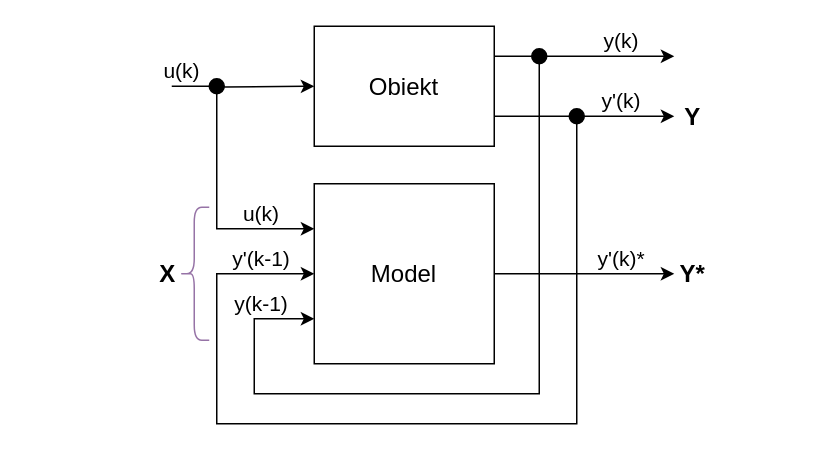
Before: page "Strona-2" (2 of 3) of Obrazki/Schemat_projektu_ML.drawio in grzesiex22/Dynamic-System-Identification-and-Regulation-, a draw.io diagram. Source tidied: cells renumbered, new cells numbered last; positions are measured from the earlier drawing's top-left corner, leaving out a move shared by most shapes. Both pictures are drawn from the tidied source at 150%, with x=0, y=0 at pixel (136, 26).
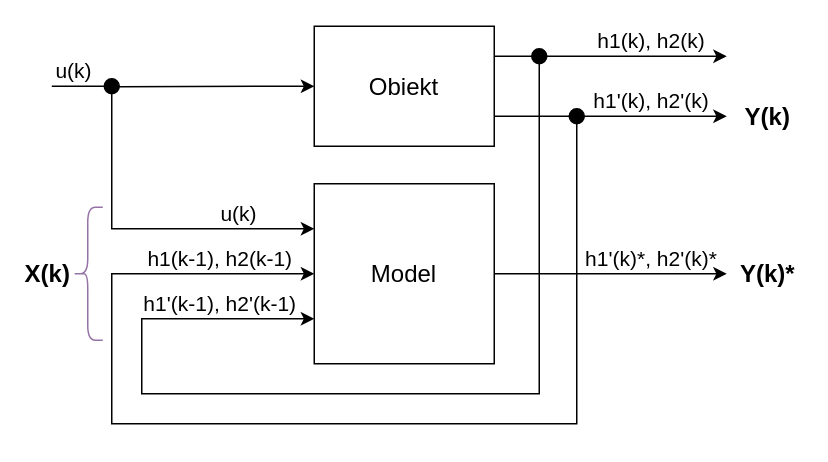
The same page after the edit.

Unchanged cells that the change refers to:
```xml
<mxCell id="4" value="Model" style="rounded=0;whiteSpace=wrap;html=1;fontSize=16;" parent="1" vertex="1">
  <mxGeometry x="118" y="105" width="120" height="120" as="geometry" />
</mxCell>
<mxCell id="13" style="ellipse;whiteSpace=wrap;html=1;fillStyle=solid;fillColor=#000000;" parent="1" vertex="1">
  <mxGeometry x="263" y="15" width="10" height="10" as="geometry" />
</mxCell>
<mxCell id="17" style="ellipse;whiteSpace=wrap;html=1;fillStyle=solid;fillColor=#000000;" parent="1" vertex="1">
  <mxGeometry x="288" y="55" width="10" height="10" as="geometry" />
</mxCell>
```

The edit, as a diff of the source:
```diff
@@
     <mxCell id="3" style="edgeStyle=orthogonalEdgeStyle;rounded=0;jettySize=auto;html=1;" parent="1" edge="1" source="4">
       <mxGeometry relative="1" as="geometry">
-        <mxPoint x="358" y="165" as="targetPoint" />
+        <mxPoint x="393" y="165" as="targetPoint" />
       </mxGeometry>
     </mxCell>
@@
     <mxCell id="6" style="endArrow=classic;html=1;rounded=0;exitX=1;exitY=0.5;exitDx=0;exitDy=0;startArrow=none;" parent="1" edge="1" source="13">
       <mxGeometry relative="1" as="geometry">
-        <mxPoint x="358" y="20" as="targetPoint" />
+        <mxPoint x="393" y="20" as="targetPoint" />
       </mxGeometry>
     </mxCell>
     <mxCell id="7" value="u(k)" style="text;html=1;strokeColor=none;fillColor=none;align=center;verticalAlign=middle;whiteSpace=wrap;rounded=0;fillStyle=solid;fontSize=14;" parent="1" vertex="1">
-      <mxGeometry y="20" width="60" height="20" as="geometry" />
+      <mxGeometry x="-72" y="20" width="60" height="20" as="geometry" />
     </mxCell>
-    <mxCell id="8" value="y(k)" style="text;html=1;strokeColor=none;fillColor=none;align=center;verticalAlign=middle;whiteSpace=wrap;rounded=0;fillStyle=solid;fontSize=14;" parent="1" vertex="1">
-      <mxGeometry x="293" width="60" height="20" as="geometry" />
+    <mxCell id="8" value="h1(k), h2(k)" style="text;html=1;strokeColor=none;fillColor=none;align=center;verticalAlign=middle;whiteSpace=wrap;rounded=0;fillStyle=solid;fontSize=14;" parent="1" vertex="1">
+      <mxGeometry x="293" width="100" height="20" as="geometry" />
     </mxCell>
-    <mxCell id="9" style="edgeStyle=orthogonalEdgeStyle;rounded=0;jettySize=auto;html=1;entryX=0;entryY=0.25;entryDx=0;entryDy=0;" parent="1" edge="1" source="10" target="4">
+    <mxCell id="9" style="edgeStyle=orthogonalEdgeStyle;rounded=0;jettySize=auto;html=1;entryX=0;entryY=0.25;entryDx=0;entryDy=0;exitX=0.5;exitY=1;exitDx=0;exitDy=0;" parent="1" edge="1" source="10" target="4">
       <mxGeometry relative="1" as="geometry">
         <Array as="points">
-          <mxPoint x="53" y="40" />
-          <mxPoint x="53" y="135" />
+          <mxPoint x="-17" y="45" />
+          <mxPoint x="-17" y="135" />
         </Array>
       </mxGeometry>
     </mxCell>
     <mxCell id="10" style="ellipse;whiteSpace=wrap;html=1;fillStyle=solid;fillColor=#000000;" parent="1" vertex="1">
-      <mxGeometry x="48" y="35" width="10" height="10" as="geometry" />
+      <mxGeometry x="-22" y="35" width="10" height="10" as="geometry" />
     </mxCell>
     <mxCell id="11" style="endArrow=none;html=1;rounded=0;entryX=0;entryY=0.5;entryDx=0;entryDy=0;" parent="1" edge="1" target="10">
       <mxGeometry relative="1" as="geometry">
-        <mxPoint x="23" y="40" as="sourcePoint" />
+        <mxPoint x="-57" y="40" as="sourcePoint" />
       </mxGeometry>
     </mxCell>
     <mxCell id="12" style="edgeStyle=orthogonalEdgeStyle;rounded=0;jettySize=auto;html=1;entryX=0;entryY=0.75;entryDx=0;entryDy=0;" parent="1" edge="1" source="13" target="4">
       <mxGeometry relative="1" as="geometry">
         <Array as="points">
           <mxPoint x="268" y="245" />
-          <mxPoint x="78" y="245" />
-          <mxPoint x="78" y="195" />
+          <mxPoint x="3" y="245" />
+          <mxPoint x="3" y="195" />
         </Array>
       </mxGeometry>
     </mxCell>
@@
     <mxCell id="15" style="endArrow=classic;html=1;rounded=0;startArrow=none;exitX=1;exitY=0.5;exitDx=0;exitDy=0;" parent="1" edge="1" source="17">
       <mxGeometry relative="1" as="geometry">
-        <mxPoint x="358" y="60" as="targetPoint" />
+        <mxPoint x="393" y="60" as="targetPoint" />
       </mxGeometry>
     </mxCell>
     <mxCell id="16" style="edgeStyle=orthogonalEdgeStyle;rounded=0;jettySize=auto;html=1;entryX=0;entryY=0.5;entryDx=0;entryDy=0;" parent="1" edge="1" source="17" target="4">
       <mxGeometry relative="1" as="geometry">
         <Array as="points">
           <mxPoint x="293" y="265" />
-          <mxPoint x="53" y="265" />
-          <mxPoint x="53" y="165" />
+          <mxPoint x="-17" y="265" />
+          <mxPoint x="-17" y="165" />
         </Array>
       </mxGeometry>
     </mxCell>
@@
-    <mxCell id="19" value="y(k-1)" style="text;html=1;strokeColor=none;fillColor=none;align=center;verticalAlign=middle;whiteSpace=wrap;rounded=0;fillStyle=solid;fontSize=14;" parent="1" vertex="1">
-      <mxGeometry x="53" y="175" width="60" height="20" as="geometry" />
-    </mxCell>
-    <mxCell id="20" value="y'(k-1)" style="text;html=1;strokeColor=none;fillColor=none;align=center;verticalAlign=middle;whiteSpace=wrap;rounded=0;fillStyle=solid;fontSize=14;" parent="1" vertex="1">
-      <mxGeometry x="53" y="145" width="60" height="20" as="geometry" />
-    </mxCell>
-    <mxCell id="21" value="y'(k)*" style="text;html=1;strokeColor=none;fillColor=none;align=center;verticalAlign=middle;whiteSpace=wrap;rounded=0;fillStyle=solid;fontSize=14;" parent="1" vertex="1">
-      <mxGeometry x="293" y="145" width="60" height="20" as="geometry" />
-    </mxCell>
     <mxCell id="22" value="u(k)" style="text;html=1;strokeColor=none;fillColor=none;align=center;verticalAlign=middle;whiteSpace=wrap;rounded=0;fillStyle=solid;fontSize=14;" parent="1" vertex="1">
-      <mxGeometry x="53" y="115" width="60" height="20" as="geometry" />
+      <mxGeometry x="38" y="115" width="60" height="20" as="geometry" />
     </mxCell>
-    <mxCell id="23" value="&lt;b style=&quot;font-size: 16px;&quot;&gt;&lt;font style=&quot;font-size: 16px;&quot;&gt;Y&lt;/font&gt;&lt;/b&gt;" style="text;html=1;strokeColor=none;fillColor=none;align=center;verticalAlign=middle;whiteSpace=wrap;rounded=0;fillStyle=solid;fontSize=16;" parent="1" vertex="1">
-      <mxGeometry x="358" y="50" width="25" height="20" as="geometry" />
+    <mxCell id="23" value="&lt;b style=&quot;font-size: 16px;&quot;&gt;&lt;font style=&quot;font-size: 16px;&quot;&gt;Y(k)&lt;/font&gt;&lt;/b&gt;" style="text;html=1;strokeColor=none;fillColor=none;align=center;verticalAlign=middle;whiteSpace=wrap;rounded=0;fillStyle=solid;fontSize=16;" parent="1" vertex="1">
+      <mxGeometry x="408" y="50" width="25" height="20" as="geometry" />
     </mxCell>
-    <mxCell id="24" value="&lt;b style=&quot;font-size: 16px;&quot;&gt;&lt;font style=&quot;font-size: 16px;&quot;&gt;Y*&lt;/font&gt;&lt;/b&gt;" style="text;html=1;strokeColor=none;fillColor=none;align=center;verticalAlign=middle;whiteSpace=wrap;rounded=0;fillStyle=solid;fontSize=16;" parent="1" vertex="1">
-      <mxGeometry x="358" y="155" width="25" height="20" as="geometry" />
+    <mxCell id="24" value="&lt;b style=&quot;font-size: 16px;&quot;&gt;&lt;font style=&quot;font-size: 16px;&quot;&gt;Y(k)*&lt;/font&gt;&lt;/b&gt;" style="text;html=1;strokeColor=none;fillColor=none;align=center;verticalAlign=middle;whiteSpace=wrap;rounded=0;fillStyle=solid;fontSize=16;" parent="1" vertex="1">
+      <mxGeometry x="398" y="155" width="45" height="20" as="geometry" />
     </mxCell>
-    <mxCell id="25" value="y'(k)" style="text;html=1;strokeColor=none;fillColor=none;align=center;verticalAlign=middle;whiteSpace=wrap;rounded=0;fillStyle=solid;fontSize=14;" parent="1" vertex="1">
-      <mxGeometry x="293" y="40" width="60" height="20" as="geometry" />
-    </mxCell>
-    <mxCell id="26" value="&lt;b style=&quot;font-size: 16px;&quot;&gt;&lt;font style=&quot;font-size: 16px;&quot;&gt;X&lt;/font&gt;&lt;/b&gt;" style="text;html=1;strokeColor=none;fillColor=none;align=center;verticalAlign=middle;whiteSpace=wrap;rounded=0;fillStyle=solid;fontSize=16;" parent="1" vertex="1">
-      <mxGeometry x="8" y="155" width="25" height="20" as="geometry" />
+    <mxCell id="26" value="&lt;b style=&quot;font-size: 16px;&quot;&gt;&lt;font style=&quot;font-size: 16px;&quot;&gt;X(k)&lt;/font&gt;&lt;/b&gt;" style="text;html=1;strokeColor=none;fillColor=none;align=center;verticalAlign=middle;whiteSpace=wrap;rounded=0;fillStyle=solid;fontSize=16;" parent="1" vertex="1">
+      <mxGeometry x="-72" y="155" width="25" height="20" as="geometry" />
     </mxCell>
     <mxCell id="27" style="shape=curlyBracket;whiteSpace=wrap;html=1;rounded=1;fontSize=16;fillColor=#e1d5e7;strokeColor=#9673a6;" parent="1" vertex="1">
-      <mxGeometry x="28" y="120.6" width="20" height="88.8" as="geometry" />
+      <mxGeometry x="-43" y="120.6" width="20" height="88.8" as="geometry" />
     </mxCell>
+    <mxCell id="28" value="h1'(k), h2'(k)" style="text;html=1;strokeColor=none;fillColor=none;align=center;verticalAlign=middle;whiteSpace=wrap;rounded=0;fillStyle=solid;fontSize=14;" parent="1" vertex="1">
+      <mxGeometry x="293" y="40" width="100" height="20" as="geometry" />
+    </mxCell>
+    <mxCell id="29" value="h1'(k)*, h2'(k)*" style="text;html=1;strokeColor=none;fillColor=none;align=center;verticalAlign=middle;whiteSpace=wrap;rounded=0;fillStyle=solid;fontSize=14;" parent="1" vertex="1">
+      <mxGeometry x="293" y="145" width="100" height="20" as="geometry" />
+    </mxCell>
+    <mxCell id="30" value="h1(k-1), h2(k-1)" style="text;html=1;strokeColor=none;fillColor=none;align=center;verticalAlign=middle;whiteSpace=wrap;rounded=0;fillStyle=solid;fontSize=14;" parent="1" vertex="1">
+      <mxGeometry x="-7" y="145" width="125" height="20" as="geometry" />
+    </mxCell>
+    <mxCell id="31" value="h1'(k-1), h2'(k-1)" style="text;html=1;strokeColor=none;fillColor=none;align=center;verticalAlign=middle;whiteSpace=wrap;rounded=0;fillStyle=solid;fontSize=14;" parent="1" vertex="1">
+      <mxGeometry x="-7" y="175" width="125" height="20" as="geometry" />
+    </mxCell>
```
